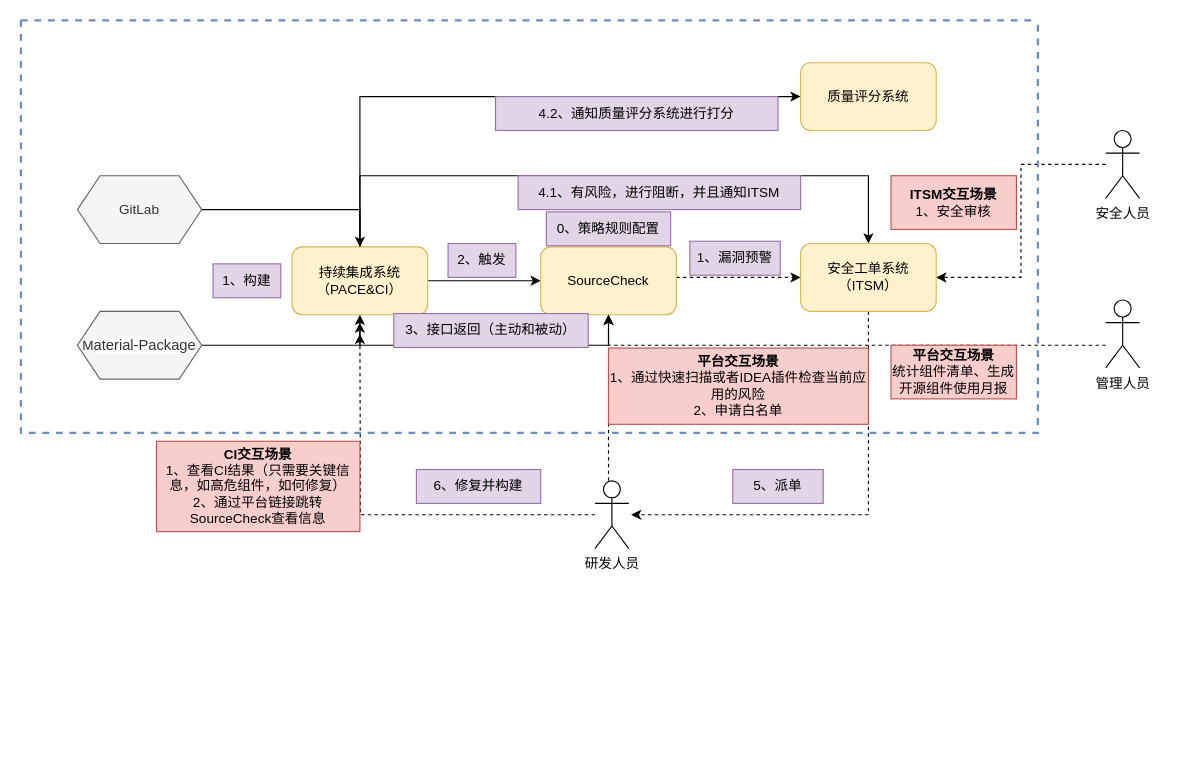
wangjie66/app.diagrams.net keeps this draw.io diagram as 微众开源治理.drawio. Above is the earlier version. Source tidied: cells renumbered, new cells numbered last; positions are measured from the earlier drawing's top-left corner, leaving out a move shared by most shapes. Both pictures are drawn from the tidied source at 113%, with x=0, y=0 at pixel (20, 19).
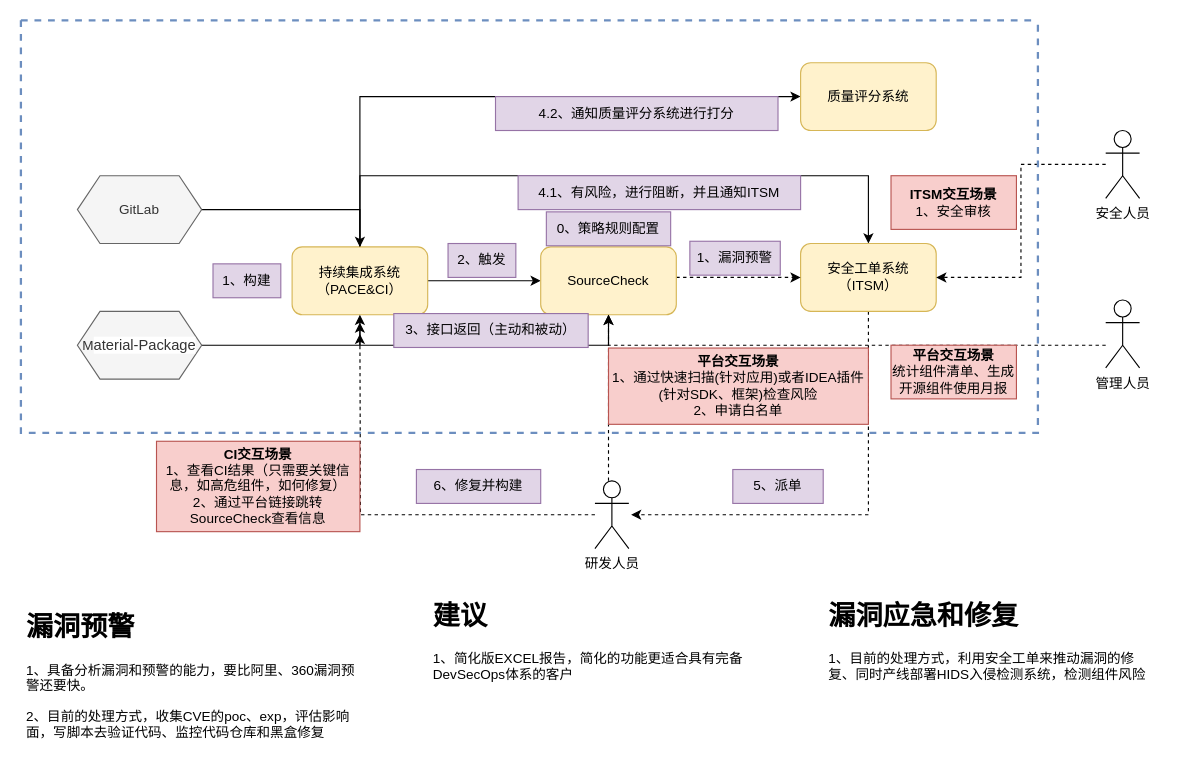
After the change.

Commit message:
更新微众开源治理.drawio

The change refers to these unchanged cells:
```xml
<mxCell id="29" style="swimlane;startSize=0;dashed=1;fillColor=#dae8fc;strokeColor=#6c8ebf;strokeWidth=2;" parent="1" vertex="1">
  <mxGeometry y="0.5" width="900" height="365" as="geometry" />
</mxCell>
```

What changed in the source:
```diff
@@
-    <mxCell id="32" value="&lt;b&gt;平台交互场景&lt;/b&gt;&lt;br&gt;1、通过快速扫描或者IDEA插件检查当前应用的风险&lt;br&gt;2、申请白名单" style="text;html=1;strokeColor=#b85450;fillColor=#f8cecc;align=center;verticalAlign=middle;whiteSpace=wrap;rounded=0;" parent="29" vertex="1">
+    <mxCell id="32" value="&lt;b&gt;平台交互场景&lt;/b&gt;&lt;br&gt;1、通过快速扫描(针对应用)或者IDEA插件(针对SDK、框架)检查风险&lt;br&gt;2、申请白名单" style="text;html=1;strokeColor=#b85450;fillColor=#f8cecc;align=center;verticalAlign=middle;whiteSpace=wrap;rounded=0;" parent="29" vertex="1">
       <mxGeometry x="520" y="290" width="230" height="67.5" as="geometry" />
     </mxCell>
@@
+    <mxCell id="37" value="&lt;h1&gt;漏洞预警&lt;/h1&gt;&lt;p&gt;1、具备分析漏洞和预警的能力，要比阿里、360漏洞预警还要快。&lt;/p&gt;&lt;p&gt;2、目前的处理方式，收集CVE的poc、exp，评估影响面，写脚本去验证代码、监控代码仓库和黑盒修复&lt;/p&gt;" style="text;html=1;strokeColor=none;fillColor=none;spacing=5;spacingTop=-20;whiteSpace=wrap;overflow=hidden;rounded=0;dashed=1;" parent="1" vertex="1">
+      <mxGeometry y="518" width="300" height="140" as="geometry" />
+    </mxCell>
+    <mxCell id="38" value="&lt;h1&gt;漏洞应急和修复&lt;/h1&gt;&lt;p&gt;&lt;span style=&quot;background-color: initial;&quot;&gt;1、目前的处理方式，利用安全工单来推动漏洞的修复、同时产线部署HIDS入侵检测系统，检测组件风险&lt;/span&gt;&lt;br&gt;&lt;/p&gt;" style="text;html=1;strokeColor=none;fillColor=none;spacing=5;spacingTop=-20;whiteSpace=wrap;overflow=hidden;rounded=0;dashed=1;" parent="1" vertex="1">
+      <mxGeometry x="710" y="508" width="300" height="140" as="geometry" />
+    </mxCell>
+    <mxCell id="39" value="&lt;h1&gt;建议&lt;/h1&gt;&lt;p&gt;1、简化版EXCEL报告，简化的功能更适合具有完备DevSecOps体系的客户&lt;br&gt;&lt;/p&gt;" style="text;html=1;strokeColor=none;fillColor=none;spacing=5;spacingTop=-20;whiteSpace=wrap;overflow=hidden;rounded=0;dashed=1;" parent="1" vertex="1">
+      <mxGeometry x="360" y="508" width="300" height="140" as="geometry" />
+    </mxCell>
```
